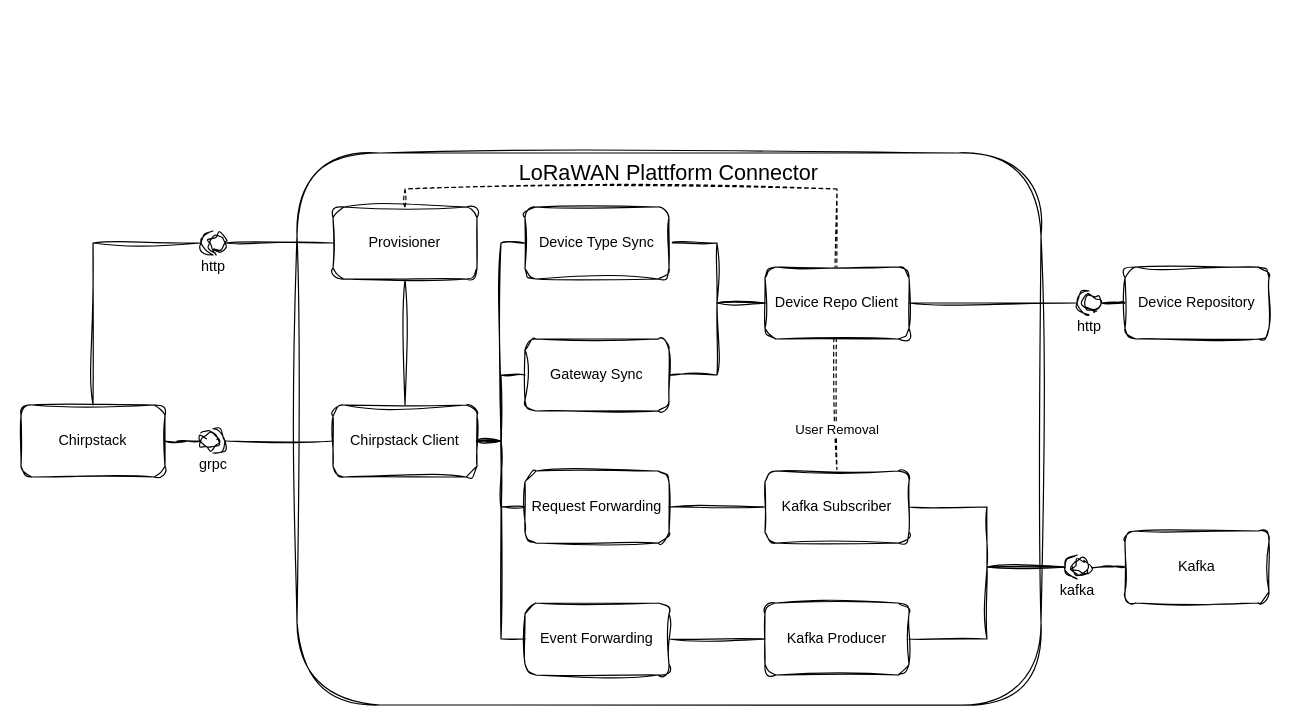
SENERGY-Platform/lorawan-platform-connector keeps this draw.io diagram as docs/architecture.drawio. Above is the earlier version. Source tidied: cells renumbered, new cells numbered last; positions are measured from the earlier drawing's top-left corner, leaving out a move shared by most shapes. Both pictures are drawn from the tidied source at 120%, with x=0, y=0 at pixel (20, 152).
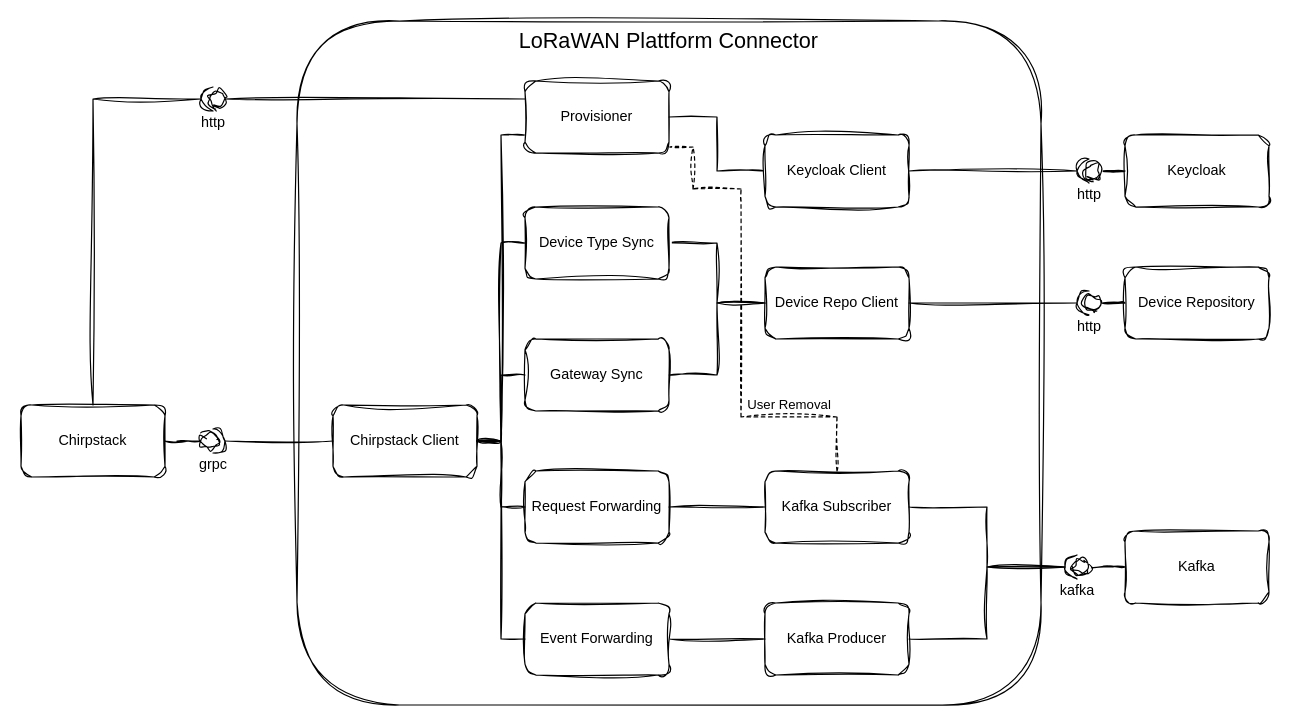
The same page after the edit.

The change refers to these unchanged cells:
```xml
<mxCell id="4" value="Chirpstack" style="rounded=1;whiteSpace=wrap;html=1;sketch=1;curveFitting=1;jiggle=2;" parent="1" vertex="1">
  <mxGeometry y="210" width="120" height="60" as="geometry" />
</mxCell>
<mxCell id="24" value="Kafka Subscriber" style="rounded=1;whiteSpace=wrap;html=1;sketch=1;curveFitting=1;jiggle=2;" parent="1" vertex="1">
  <mxGeometry x="620" y="265" width="120" height="60" as="geometry" />
</mxCell>
<mxCell id="31" value="Chirpstack Client" style="rounded=1;whiteSpace=wrap;html=1;sketch=1;curveFitting=1;jiggle=2;" parent="1" vertex="1">
  <mxGeometry x="260" y="210" width="120" height="60" as="geometry" />
</mxCell>
```

Diff of the diagram source:
```diff
@@
     <mxCell id="2" value="LoRaWAN Plattform Connector" style="rounded=1;whiteSpace=wrap;html=1;verticalAlign=top;fontSize=18;sketch=1;curveFitting=1;jiggle=2;" parent="1" vertex="1">
-      <mxGeometry x="230" width="620" height="460" as="geometry" />
+      <mxGeometry x="230" y="-110" width="620" height="570" as="geometry" />
     </mxCell>
-    <mxCell id="3" value="User Removal" style="edgeStyle=orthogonalEdgeStyle;rounded=0;jettySize=auto;html=1;dashed=1;endArrow=none;endFill=0;sketch=1;curveFitting=1;jiggle=2;" parent="1" edge="1" source="24" target="34">
-      <mxGeometry x="-0.89" relative="1" as="geometry">
+    <mxCell id="3" value="User Removal" style="edgeStyle=orthogonalEdgeStyle;rounded=0;jettySize=auto;html=1;dashed=1;endArrow=none;endFill=0;sketch=1;curveFitting=1;jiggle=2;" parent="1" edge="1" target="34">
+      <mxGeometry x="-1" y="-175" relative="1" as="geometry">
+        <mxPoint x="600" y="40" as="sourcePoint" />
         <Array as="points">
-          <mxPoint x="680" y="30" />
-          <mxPoint x="320" y="30" />
+          <mxPoint x="600" y="30" />
+          <mxPoint x="560" y="30" />
+          <mxPoint x="560" y="-5" />
         </Array>
+        <mxPoint x="-135" y="170" as="offset" />
       </mxGeometry>
     </mxCell>
@@
-    <mxCell id="33" style="edgeStyle=orthogonalEdgeStyle;rounded=0;jettySize=auto;html=1;endArrow=none;endFill=0;sketch=1;curveFitting=1;jiggle=2;" parent="1" edge="1" source="34" target="31">
-      <mxGeometry relative="1" as="geometry" />
+    <mxCell id="33" style="edgeStyle=orthogonalEdgeStyle;rounded=0;jettySize=auto;html=1;endArrow=none;endFill=0;sketch=1;curveFitting=1;jiggle=2;exitX=0;exitY=0.75;exitDx=0;exitDy=0;" parent="1" edge="1" source="34" target="31">
+      <mxGeometry relative="1" as="geometry">
+        <Array as="points">
+          <mxPoint x="400" y="-15" />
+          <mxPoint x="400" y="240" />
+        </Array>
+      </mxGeometry>
     </mxCell>
     <mxCell id="34" value="Provisioner" style="rounded=1;whiteSpace=wrap;html=1;sketch=1;curveFitting=1;jiggle=2;" parent="1" vertex="1">
-      <mxGeometry x="260" y="45" width="120" height="60" as="geometry" />
+      <mxGeometry x="420" y="-60" width="120" height="60" as="geometry" />
     </mxCell>
-    <mxCell id="35" style="edgeStyle=orthogonalEdgeStyle;rounded=0;jettySize=auto;html=1;endArrow=none;endFill=0;sketch=1;curveFitting=1;jiggle=2;" parent="1" edge="1" source="36" target="34">
+    <mxCell id="35" style="edgeStyle=orthogonalEdgeStyle;rounded=0;jettySize=auto;html=1;endArrow=none;endFill=0;sketch=1;curveFitting=1;jiggle=2;exitX=0;exitY=0.5;exitDx=0;exitDy=0;exitPerimeter=0;entryX=0;entryY=0.25;entryDx=0;entryDy=0;" parent="1" edge="1" source="36" target="34">
       <mxGeometry relative="1" as="geometry" />
     </mxCell>
     <mxCell id="36" value="http" style="shape=providedRequiredInterface;html=1;verticalLabelPosition=bottom;direction=west;sketch=1;curveFitting=1;jiggle=2;" parent="1" vertex="1">
-      <mxGeometry x="150" y="65" width="20" height="20" as="geometry" />
+      <mxGeometry x="150" y="-55" width="20" height="20" as="geometry" />
     </mxCell>
     <mxCell id="37" style="edgeStyle=orthogonalEdgeStyle;rounded=0;jettySize=auto;html=1;entryX=1;entryY=0.5;entryDx=0;entryDy=0;entryPerimeter=0;endArrow=none;endFill=0;sketch=1;curveFitting=1;jiggle=2;" parent="1" edge="1" source="4" target="36">
       <mxGeometry relative="1" as="geometry">
         <Array as="points">
-          <mxPoint x="60" y="75" />
+          <mxPoint x="60" y="-45" />
         </Array>
       </mxGeometry>
     </mxCell>
+    <mxCell id="38" value="Keycloak" style="rounded=1;whiteSpace=wrap;html=1;sketch=1;curveFitting=1;jiggle=2;" parent="1" vertex="1">
+      <mxGeometry x="920" y="-15" width="120" height="60" as="geometry" />
+    </mxCell>
+    <mxCell id="39" style="edgeStyle=orthogonalEdgeStyle;rounded=0;jettySize=auto;html=1;endArrow=none;endFill=0;sketch=1;curveFitting=1;jiggle=2;" parent="1" edge="1" source="40" target="38">
+      <mxGeometry relative="1" as="geometry" />
+    </mxCell>
+    <mxCell id="40" value="http" style="shape=providedRequiredInterface;html=1;verticalLabelPosition=bottom;direction=west;sketch=1;curveFitting=1;jiggle=2;" parent="1" vertex="1">
+      <mxGeometry x="880" y="5" width="20" height="20" as="geometry" />
+    </mxCell>
+    <mxCell id="41" style="edgeStyle=orthogonalEdgeStyle;rounded=0;jettySize=auto;html=1;dashed=1;endArrow=none;endFill=0;sketch=1;curveFitting=1;jiggle=2;" parent="1" edge="1" source="24">
+      <mxGeometry x="-0.89" relative="1" as="geometry">
+        <mxPoint x="600" y="40" as="targetPoint" />
+        <Array as="points">
+          <mxPoint x="680" y="220" />
+          <mxPoint x="600" y="220" />
+        </Array>
+      </mxGeometry>
+    </mxCell>
+    <mxCell id="42" style="edgeStyle=orthogonalEdgeStyle;rounded=0;sketch=1;hachureGap=4;jiggle=2;curveFitting=1;jettySize=auto;html=1;entryX=1;entryY=0.5;entryDx=0;entryDy=0;endArrow=none;endFill=0;" parent="1" edge="1" source="43" target="34">
+      <mxGeometry relative="1" as="geometry" />
+    </mxCell>
+    <mxCell id="43" value="Keycloak Client" style="rounded=1;whiteSpace=wrap;html=1;sketch=1;curveFitting=1;jiggle=2;" parent="1" vertex="1">
+      <mxGeometry x="620" y="-15" width="120" height="60" as="geometry" />
+    </mxCell>
+    <mxCell id="44" style="edgeStyle=orthogonalEdgeStyle;rounded=0;sketch=1;hachureGap=4;jiggle=2;curveFitting=1;jettySize=auto;html=1;entryX=1;entryY=0.5;entryDx=0;entryDy=0;entryPerimeter=0;endArrow=none;endFill=0;" parent="1" edge="1" source="43" target="40">
+      <mxGeometry relative="1" as="geometry" />
+    </mxCell>
```
